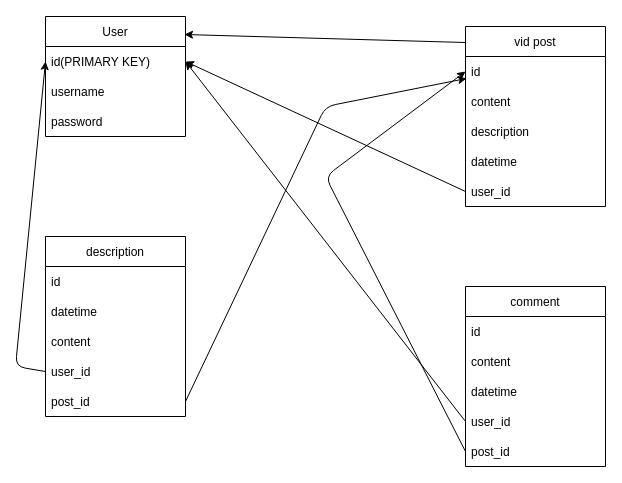
Above: modelRelational.drawio in DanielB54/vlog-project (draw.io), before the change. Source tidied: cells renumbered, new cells numbered last; positions are measured from the earlier drawing's top-left corner, leaving out a move shared by most shapes. Both pictures are drawn from the tidied source at 100%, with x=0, y=0 at pixel (15, 16).
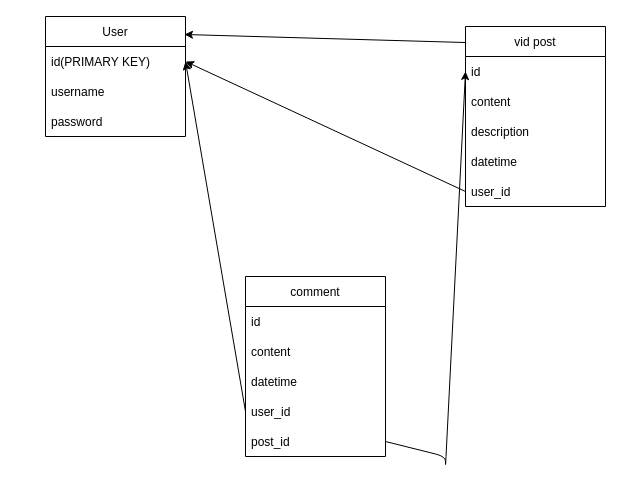
The same page after the edit.

Unchanged cells that the change refers to:
```xml
<mxCell id="3" value="id(PRIMARY KEY)" style="text;strokeColor=none;fillColor=none;align=left;verticalAlign=middle;spacingLeft=4;spacingRight=4;overflow=hidden;points=[[0,0.5],[1,0.5]];portConstraint=eastwest;" parent="2" vertex="1">
  <mxGeometry y="30" width="140" height="30" as="geometry" />
</mxCell>
<mxCell id="7" value="id" style="text;strokeColor=none;fillColor=none;align=left;verticalAlign=middle;spacingLeft=4;spacingRight=4;overflow=hidden;points=[[0,0.5],[1,0.5]];portConstraint=eastwest;" parent="6" vertex="1">
  <mxGeometry y="30" width="140" height="30" as="geometry" />
</mxCell>
<mxCell id="26" value="post_id" style="text;strokeColor=none;fillColor=none;align=left;verticalAlign=middle;spacingLeft=4;spacingRight=4;overflow=hidden;points=[[0,0.5],[1,0.5]];portConstraint=eastwest;" parent="21" vertex="1">
  <mxGeometry y="150" width="140" height="30" as="geometry" />
</mxCell>
```

Diff of the diagram source:
```diff
@@
-    <mxCell id="12" value="description" style="swimlane;fontStyle=0;horizontal=1;startSize=30;" parent="1" vertex="1">
-      <mxGeometry x="30" y="220" width="140" height="180" as="geometry" />
-    </mxCell>
-    <mxCell id="13" value="id" style="text;strokeColor=none;fillColor=none;align=left;verticalAlign=middle;spacingLeft=4;spacingRight=4;overflow=hidden;" parent="12" vertex="1">
-      <mxGeometry y="30" width="140" height="30" as="geometry" />
-    </mxCell>
-    <mxCell id="14" value="datetime" style="text;strokeColor=none;fillColor=none;align=left;verticalAlign=middle;spacingLeft=4;spacingRight=4;overflow=hidden;" parent="12" vertex="1">
-      <mxGeometry y="60" width="140" height="30" as="geometry" />
-    </mxCell>
-    <mxCell id="15" value="content" style="text;strokeColor=none;fillColor=none;align=left;verticalAlign=middle;spacingLeft=4;spacingRight=4;overflow=hidden;" parent="12" vertex="1">
-      <mxGeometry y="90" width="140" height="30" as="geometry" />
-    </mxCell>
-    <mxCell id="16" value="user_id" style="text;strokeColor=none;fillColor=none;align=left;verticalAlign=middle;spacingLeft=4;spacingRight=4;overflow=hidden;points=[[0,0.5],[1,0.5]];portConstraint=eastwest;" parent="12" vertex="1">
-      <mxGeometry y="120" width="140" height="30" as="geometry" />
-    </mxCell>
-    <mxCell id="17" value="post_id" style="text;strokeColor=none;fillColor=none;align=left;verticalAlign=middle;spacingLeft=4;spacingRight=4;overflow=hidden;points=[[0,0.5],[1,0.5]];portConstraint=eastwest;" parent="12" vertex="1">
-      <mxGeometry y="150" width="140" height="30" as="geometry" />
-    </mxCell>
-    <mxCell id="18" style="edgeStyle=none;html=1;exitX=0;exitY=0.5;exitDx=0;exitDy=0;entryX=0;entryY=0.5;entryDx=0;entryDy=0;" parent="1" edge="1" source="16" target="3">
-      <mxGeometry relative="1" as="geometry">
-        <Array as="points">
-          <mxPoint y="350" />
-        </Array>
-      </mxGeometry>
-    </mxCell>
-    <mxCell id="19" style="edgeStyle=none;html=1;exitX=1;exitY=0.5;exitDx=0;exitDy=0;entryX=0.007;entryY=0.733;entryDx=0;entryDy=0;entryPerimeter=0;" parent="1" edge="1" source="17" target="7">
-      <mxGeometry relative="1" as="geometry">
-        <Array as="points">
-          <mxPoint x="310" y="90" />
-        </Array>
-      </mxGeometry>
-    </mxCell>
@@
     <mxCell id="21" value="comment" style="swimlane;fontStyle=0;horizontal=1;startSize=30;" parent="1" vertex="1">
-      <mxGeometry x="450" y="270" width="140" height="180" as="geometry" />
+      <mxGeometry x="230" y="260" width="140" height="180" as="geometry" />
     </mxCell>
@@
-    <mxCell id="29" style="edgeStyle=none;html=1;exitX=0;exitY=0.5;exitDx=0;exitDy=0;entryX=0;entryY=0.5;entryDx=0;entryDy=0;" parent="1" edge="1" source="26" target="7">
+    <mxCell id="29" style="edgeStyle=none;html=1;exitX=1;exitY=0.5;exitDx=0;exitDy=0;entryX=0;entryY=0.5;entryDx=0;entryDy=0;" parent="1" edge="1" source="26" target="7">
       <mxGeometry relative="1" as="geometry">
         <Array as="points">
-          <mxPoint x="310" y="160" />
+          <mxPoint x="430" y="440" />
+          <mxPoint x="430" y="450" />
         </Array>
       </mxGeometry>
     </mxCell>
```
